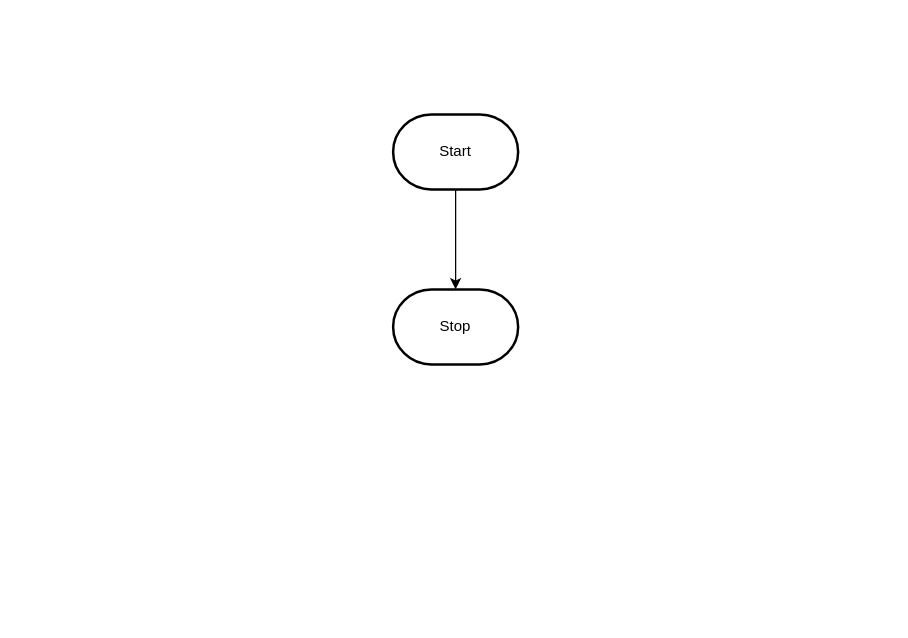
Above: design/flowchart.drawio in MTHS-TEJ2O-1-2023/TEJ2O-Unit-2-07-angelo-yalung (draw.io), before the change. Source tidied: cells renumbered, new cells numbered last; positions are measured from the earlier drawing's top-left corner, leaving out a move shared by most shapes. Both pictures are drawn from the tidied source at 125%, with x=0, y=0 at pixel (392, 114).
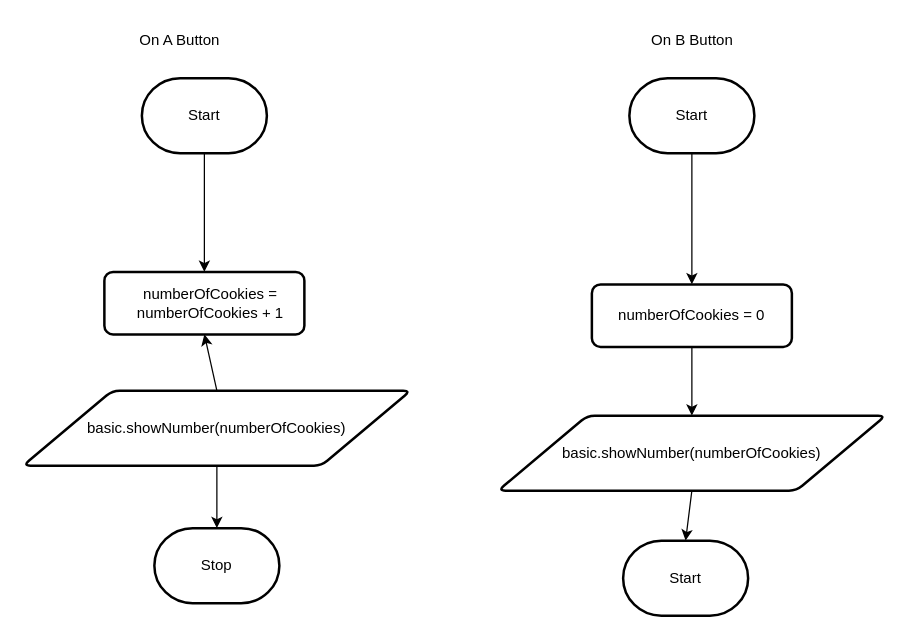
The same page after the edit.

The edit, as a diff of the source:
```diff
@@
 <mxGraphModel>
   <root>
     <mxCell id="0" />
     <mxCell id="1" parent="0" />
-    <mxCell id="2" style="edgeStyle=orthogonalEdgeStyle;html=1;rounded=0;" parent="1" edge="1" source="3" target="4">
-      <mxGeometry relative="1" as="geometry" />
-    </mxCell>
+    <mxCell id="5" style="edgeStyle=none;html=1;exitX=0.5;exitY=1;exitDx=0;exitDy=0;exitPerimeter=0;entryX=0.5;entryY=0;entryDx=0;entryDy=0;" parent="1" edge="1" source="3" target="7">
+      <mxGeometry relative="1" as="geometry" />
+    </mxCell>
     <mxCell id="3" value="Start" style="strokeWidth=2;html=1;shape=mxgraph.flowchart.terminator;whiteSpace=wrap;" parent="1" vertex="1">
-      <mxGeometry width="100" height="60" as="geometry" />
+      <mxGeometry x="-201" y="-29" width="100" height="60" as="geometry" />
     </mxCell>
+    <mxCell id="6" style="edgeStyle=none;html=1;exitX=0.5;exitY=1;exitDx=0;exitDy=0;exitPerimeter=0;entryX=0.5;entryY=0;entryDx=0;entryDy=0;" parent="1" edge="1" source="4" target="9">
+      <mxGeometry relative="1" as="geometry" />
+    </mxCell>
-    <mxCell id="4" value="Stop" style="strokeWidth=2;html=1;shape=mxgraph.flowchart.terminator;whiteSpace=wrap;" parent="1" vertex="1">
-      <mxGeometry y="140" width="100" height="60" as="geometry" />
+    <mxCell id="4" value="Start" style="strokeWidth=2;html=1;shape=mxgraph.flowchart.terminator;whiteSpace=wrap;" parent="1" vertex="1">
+      <mxGeometry x="189" y="-29" width="100" height="60" as="geometry" />
     </mxCell>
+    <mxCell id="7" style="rounded=1;whiteSpace=wrap;html=1;absoluteArcSize=1;arcSize=14;strokeWidth=2;" parent="1" vertex="1">
+      <mxGeometry x="-231" y="126" width="160" height="50" as="geometry" />
+    </mxCell>
+    <mxCell id="8" style="edgeStyle=none;html=1;exitX=0.5;exitY=1;exitDx=0;exitDy=0;entryX=0.5;entryY=0;entryDx=0;entryDy=0;" parent="1" edge="1" source="9" target="19">
+      <mxGeometry relative="1" as="geometry" />
+    </mxCell>
+    <mxCell id="9" value="numberOfCookies = 0" style="rounded=1;whiteSpace=wrap;html=1;absoluteArcSize=1;arcSize=14;strokeWidth=2;" parent="1" vertex="1">
+      <mxGeometry x="159" y="136" width="160" height="50" as="geometry" />
+    </mxCell>
+    <mxCell id="10" value="numberOfCookies = numberOfCookies + 1" style="text;strokeColor=none;align=center;fillColor=none;html=1;verticalAlign=middle;whiteSpace=wrap;rounded=0;" parent="1" vertex="1">
+      <mxGeometry x="-231" y="136" width="170" height="30" as="geometry" />
+    </mxCell>
+    <mxCell id="11" value="On B Button" style="text;html=1;align=center;verticalAlign=middle;strokeColor=none;fillColor=none;" parent="1" vertex="1">
+      <mxGeometry x="194" y="-74" width="90" height="30" as="geometry" />
+    </mxCell>
+    <mxCell id="12" value="On A Button" style="text;html=1;align=center;verticalAlign=middle;strokeColor=none;fillColor=none;" parent="1" vertex="1">
+      <mxGeometry x="-216" y="-74" width="90" height="30" as="geometry" />
+    </mxCell>
+    <mxCell id="13" value="Start" style="strokeWidth=2;html=1;shape=mxgraph.flowchart.terminator;whiteSpace=wrap;" parent="1" vertex="1">
+      <mxGeometry x="184" y="341" width="100" height="60" as="geometry" />
+    </mxCell>
+    <mxCell id="14" value="Stop" style="strokeWidth=2;html=1;shape=mxgraph.flowchart.terminator;whiteSpace=wrap;" parent="1" vertex="1">
+      <mxGeometry x="-191" y="331" width="100" height="60" as="geometry" />
+    </mxCell>
+    <mxCell id="15" style="edgeStyle=none;html=1;exitX=0.5;exitY=0;exitDx=0;exitDy=0;entryX=0.5;entryY=1;entryDx=0;entryDy=0;" parent="1" edge="1" source="17" target="7">
+      <mxGeometry relative="1" as="geometry" />
+    </mxCell>
+    <mxCell id="16" style="edgeStyle=none;html=1;exitX=0.5;exitY=1;exitDx=0;exitDy=0;entryX=0.5;entryY=0;entryDx=0;entryDy=0;entryPerimeter=0;" parent="1" edge="1" source="17" target="14">
+      <mxGeometry relative="1" as="geometry" />
+    </mxCell>
+    <mxCell id="17" value="basic.showNumber(numberOfCookies)" style="shape=parallelogram;html=1;strokeWidth=2;perimeter=parallelogramPerimeter;whiteSpace=wrap;rounded=1;arcSize=12;size=0.23;" parent="1" vertex="1">
+      <mxGeometry x="-296" y="221" width="310" height="60" as="geometry" />
+    </mxCell>
+    <mxCell id="18" style="edgeStyle=none;html=1;exitX=0.5;exitY=1;exitDx=0;exitDy=0;entryX=0.5;entryY=0;entryDx=0;entryDy=0;entryPerimeter=0;" parent="1" edge="1" source="19" target="13">
+      <mxGeometry relative="1" as="geometry" />
+    </mxCell>
+    <mxCell id="19" value="basic.showNumber(numberOfCookies)" style="shape=parallelogram;html=1;strokeWidth=2;perimeter=parallelogramPerimeter;whiteSpace=wrap;rounded=1;arcSize=12;size=0.23;" parent="1" vertex="1">
+      <mxGeometry x="84" y="241" width="310" height="60" as="geometry" />
+    </mxCell>
   </root>
 </mxGraphModel>
```
